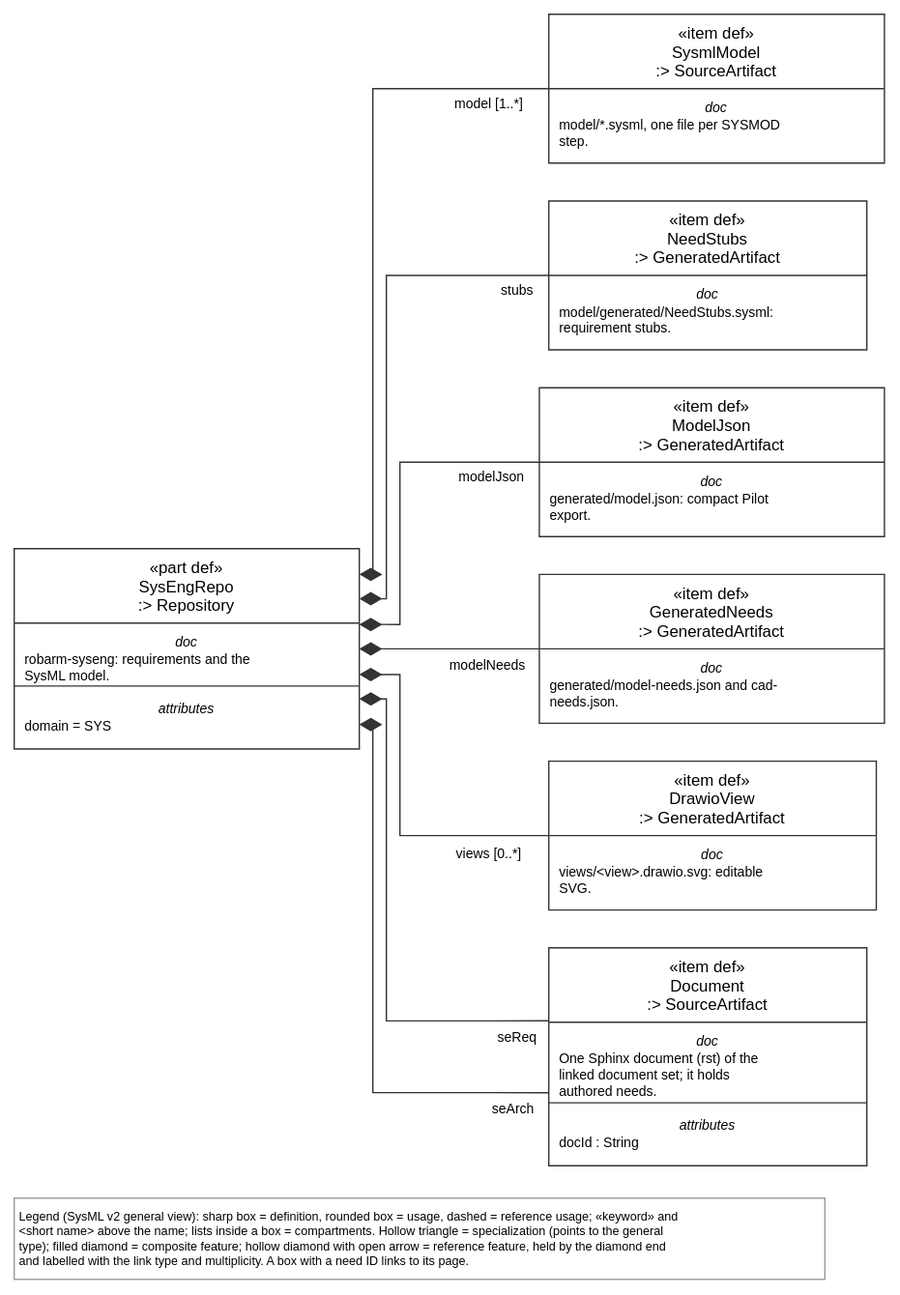
tiacsys/xdmod keeps this draw.io diagram as views/sysRepo.drawio.svg. Above is the earlier version. Source tidied: cells renumbered, new cells last; positions are measured from the earlier drawing's top-left corner, leaving out a move shared by most shapes.
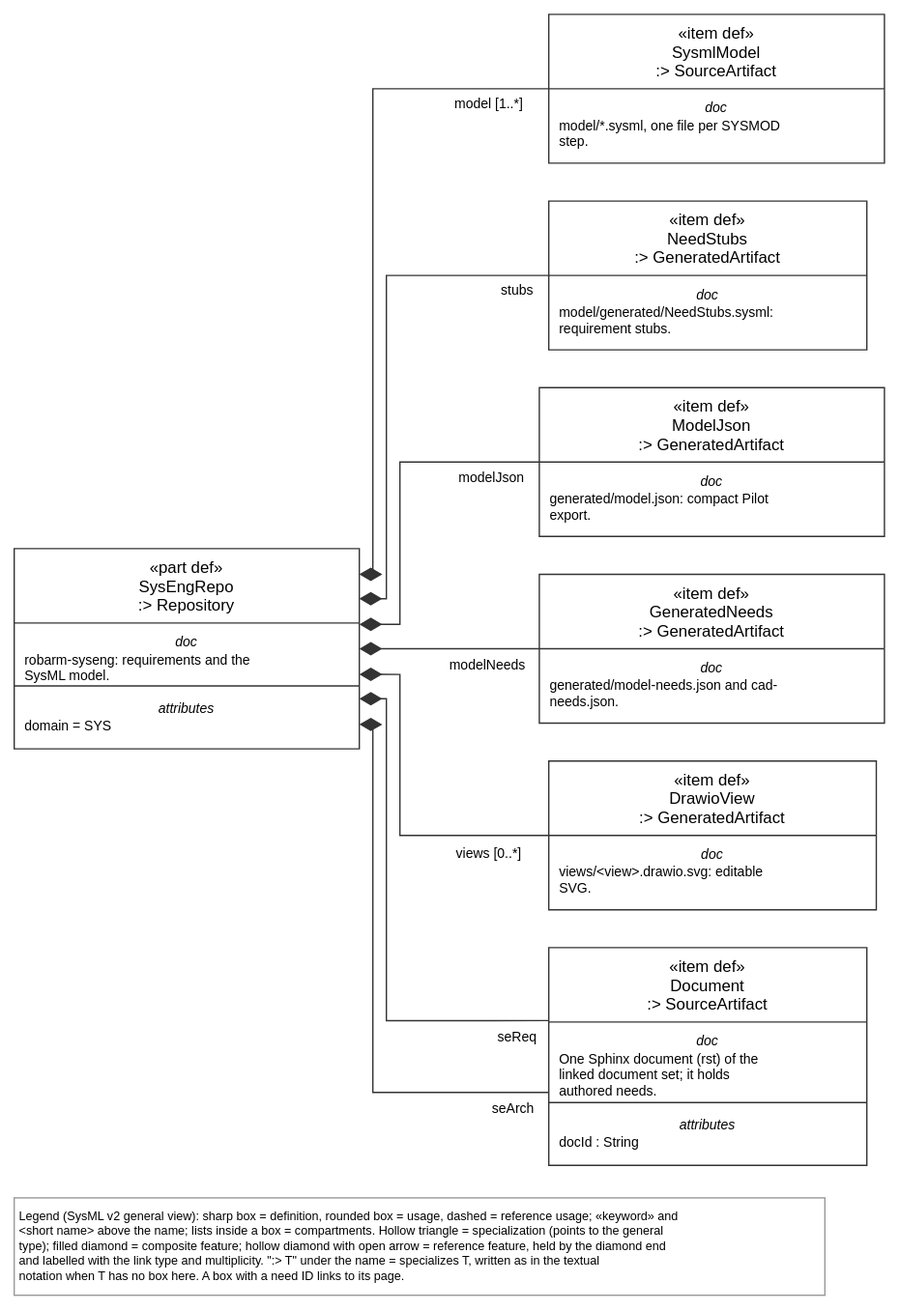
After the commit.

What changed in the source:
```diff
@@ -23,8 +23,8 @@
     <mxCell id="8" value="«item def»&#10;SysmlModel&#10;:&gt; SourceArtifact" style="html=0;fontFamily=Helvetica;fontSize=11;strokeColor=#333333;rounded=0;fillColor=#FFFFFF;swimlane;startSize=55;horizontal=1;fontStyle=0;swimlaneLine=1;" parent="1" vertex="1">
       <mxGeometry x="395" width="248" height="110" as="geometry" />
     </mxCell>
-    <mxCell id="9" value="Legend (SysML v2 general view): sharp box = definition, rounded box = usage, dashed = reference usage; «keyword» and&#10;&lt;short name&gt; above the name; lists inside a box = compartments. Hollow triangle = specialization (points to the general&#10;type); filled diamond = composite feature; hollow diamond with open arrow = reference feature, held by the diamond end&#10;and labelled with the link type and multiplicity. A box with a need ID links to its page." style="text;html=0;align=left;verticalAlign=top;fontFamily=Helvetica;fontSize=9;fillColor=#FFFFFF;strokeColor=#999999;spacing=4;" parent="1" vertex="1">
-      <mxGeometry y="875" width="599" height="60" as="geometry" />
+    <mxCell id="9" value="Legend (SysML v2 general view): sharp box = definition, rounded box = usage, dashed = reference usage; «keyword» and&#10;&lt;short name&gt; above the name; lists inside a box = compartments. Hollow triangle = specialization (points to the general&#10;type); filled diamond = composite feature; hollow diamond with open arrow = reference feature, held by the diamond end&#10;and labelled with the link type and multiplicity. &quot;:&gt; T&quot; under the name = specializes T, written as in the textual&#10;notation when T has no box here. A box with a need ID links to its page." style="text;html=0;align=left;verticalAlign=top;fontFamily=Helvetica;fontSize=9;fillColor=#FFFFFF;strokeColor=#999999;spacing=4;" parent="1" vertex="1">
+      <mxGeometry y="875" width="599" height="72" as="geometry" />
     </mxCell>
     <mxCell id="10" value="attributes" style="text;html=0;align=center;verticalAlign=top;spacingTop=0;fontFamily=Helvetica;fontSize=10;fontStyle=2;strokeColor=none;" parent="2" vertex="1">
       <mxGeometry y="119" width="235" height="13" as="geometry" />
```
